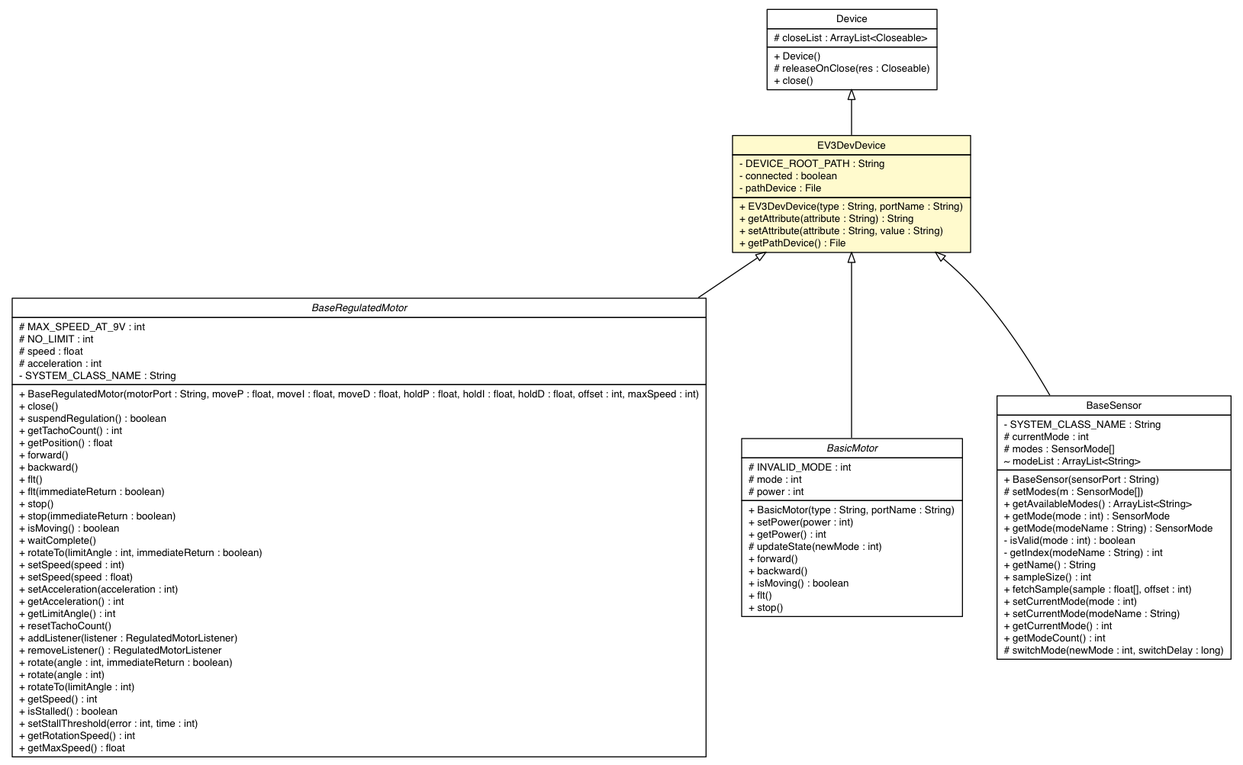
DMyTryC/ev3dev-lang-java keeps this Graphviz diagram as docs/api/ev3dev/hardware/EV3DevDevice.png. Above is the earlier version. Its source is kept beside it as docs/api/ev3dev/hardware/EV3DevDevice.dot.
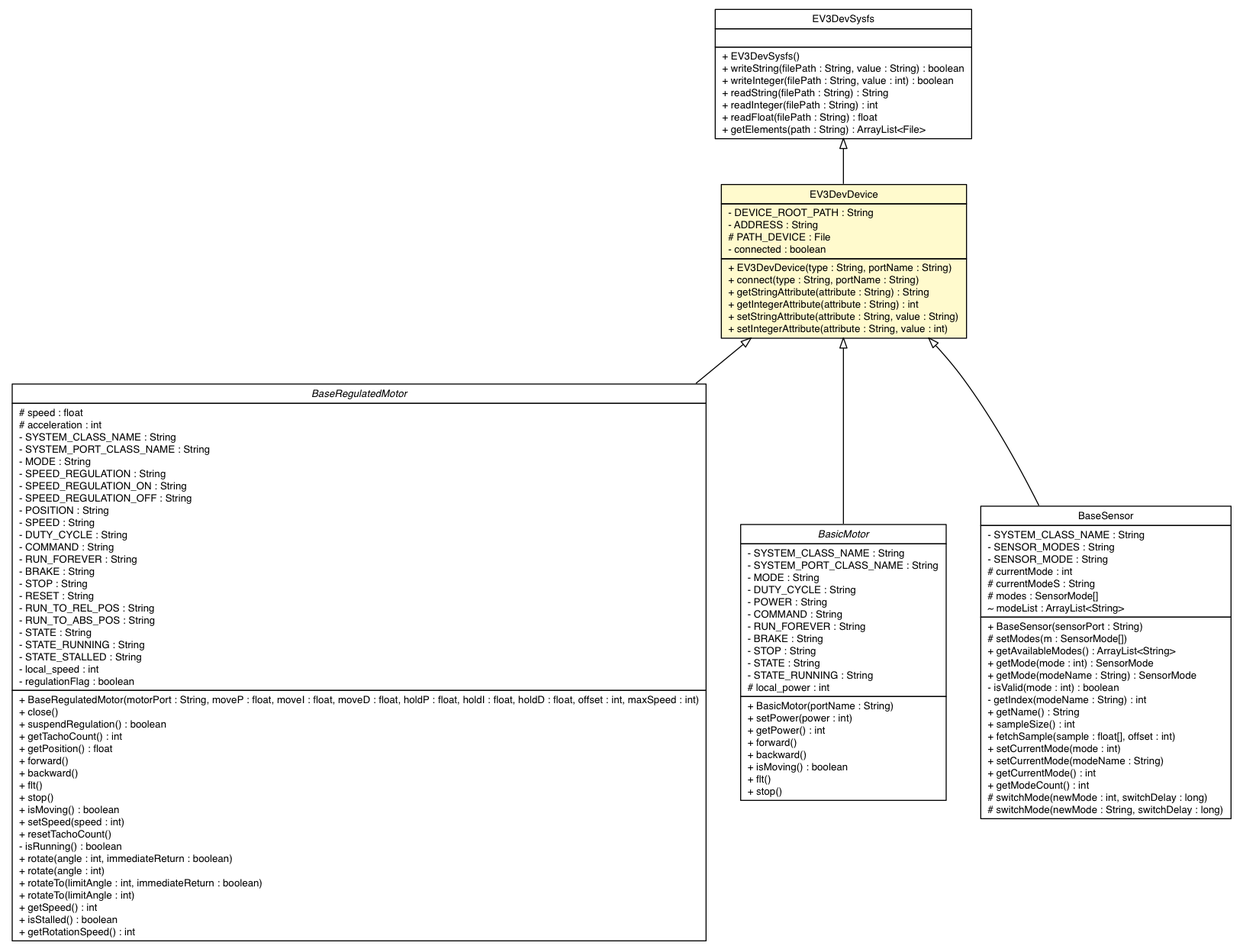
After the commit.

Diff of the diagram source:
```diff
@@ -4,45 +4,70 @@
 	node [fontname="Helvetica",fontsize=10,shape=plaintext];
 	nodesep=0.25;
 	ranksep=0.5;
-	c1401 [label=<<table title="ev3dev.hardware.Device" border="0" cellborder="1" cellspacing="0" cellpadding="2" port="p" href="./Device.html">
-		<tr><td><table border="0" cellspacing="0" cellpadding="1">
-<tr><td align="center" balign="center"> Device </td></tr>
-		</table></td></tr>
-		<tr><td><table border="0" cellspacing="0" cellpadding="1">
-<tr><td align="left" balign="left"> # closeList : ArrayList&lt;Closeable&gt; </td></tr>
-		</table></td></tr>
-		<tr><td><table border="0" cellspacing="0" cellpadding="1">
-<tr><td align="left" balign="left"> + Device() </td></tr>
-<tr><td align="left" balign="left"> # releaseOnClose(res : Closeable) </td></tr>
-<tr><td align="left" balign="left"> + close() </td></tr>
-		</table></td></tr>
-		</table>>, URL="./Device.html", fontname="Helvetica", fontcolor="black", fontsize=10.0];
-	c1403 [label=<<table title="ev3dev.hardware.EV3DevDevice" border="0" cellborder="1" cellspacing="0" cellpadding="2" port="p" bgcolor="lemonChiffon" href="./EV3DevDevice.html">
+	c2421 [label=<<table title="ev3dev.hardware.EV3DevDevice" border="0" cellborder="1" cellspacing="0" cellpadding="2" port="p" bgcolor="lemonChiffon" href="./EV3DevDevice.html">
 		<tr><td><table border="0" cellspacing="0" cellpadding="1">
 <tr><td align="center" balign="center"> EV3DevDevice </td></tr>
 		</table></td></tr>
 		<tr><td><table border="0" cellspacing="0" cellpadding="1">
 <tr><td align="left" balign="left"> - DEVICE_ROOT_PATH : String </td></tr>
+<tr><td align="left" balign="left"> - ADDRESS : String </td></tr>
+<tr><td align="left" balign="left"> # PATH_DEVICE : File </td></tr>
 <tr><td align="left" balign="left"> - connected : boolean </td></tr>
-<tr><td align="left" balign="left"> - pathDevice : File </td></tr>
 		</table></td></tr>
 		<tr><td><table border="0" cellspacing="0" cellpadding="1">
 <tr><td align="left" balign="left"> + EV3DevDevice(type : String, portName : String) </td></tr>
-<tr><td align="left" balign="left"> + getAttribute(attribute : String) : String </td></tr>
-<tr><td align="left" balign="left"> + setAttribute(attribute : String, value : String) </td></tr>
-<tr><td align="left" balign="left"> + getPathDevice() : File </td></tr>
+<tr><td align="left" balign="left"> + connect(type : String, portName : String) </td></tr>
+<tr><td align="left" balign="left"> + getStringAttribute(attribute : String) : String </td></tr>
+<tr><td align="left" balign="left"> + getIntegerAttribute(attribute : String) : int </td></tr>
+<tr><td align="left" balign="left"> + setStringAttribute(attribute : String, value : String) </td></tr>
+<tr><td align="left" balign="left"> + setIntegerAttribute(attribute : String, value : int) </td></tr>
 		</table></td></tr>
 		</table>>, URL="./EV3DevDevice.html", fontname="Helvetica", fontcolor="black", fontsize=10.0];
-	c1406 [label=<<table title="ev3dev.hardware.motor.BaseRegulatedMotor" border="0" cellborder="1" cellspacing="0" cellpadding="2" port="p" href="./motor/BaseRegulatedMotor.html">
+	c2422 [label=<<table title="ev3dev.hardware.EV3DevSysfs" border="0" cellborder="1" cellspacing="0" cellpadding="2" port="p" href="./EV3DevSysfs.html">
+		<tr><td><table border="0" cellspacing="0" cellpadding="1">
+<tr><td align="center" balign="center"> EV3DevSysfs </td></tr>
+		</table></td></tr>
+		<tr><td><table border="0" cellspacing="0" cellpadding="1">
+<tr><td align="left" balign="left">  </td></tr>
+		</table></td></tr>
+		<tr><td><table border="0" cellspacing="0" cellpadding="1">
+<tr><td align="left" balign="left"> + EV3DevSysfs() </td></tr>
+<tr><td align="left" balign="left"> + writeString(filePath : String, value : String) : boolean </td></tr>
+<tr><td align="left" balign="left"> + writeInteger(filePath : String, value : int) : boolean </td></tr>
+<tr><td align="left" balign="left"> + readString(filePath : String) : String </td></tr>
+<tr><td align="left" balign="left"> + readInteger(filePath : String) : int </td></tr>
+<tr><td align="left" balign="left"> + readFloat(filePath : String) : float </td></tr>
+<tr><td align="left" balign="left"> + getElements(path : String) : ArrayList&lt;File&gt; </td></tr>
+		</table></td></tr>
+		</table>>, URL="./EV3DevSysfs.html", fontname="Helvetica", fontcolor="black", fontsize=10.0];
+	c2425 [label=<<table title="ev3dev.hardware.motor.BaseRegulatedMotor" border="0" cellborder="1" cellspacing="0" cellpadding="2" port="p" href="./motor/BaseRegulatedMotor.html">
 		<tr><td><table border="0" cellspacing="0" cellpadding="1">
 <tr><td align="center" balign="center"><font face="Helvetica-Oblique"> BaseRegulatedMotor </font></td></tr>
 		</table></td></tr>
 		<tr><td><table border="0" cellspacing="0" cellpadding="1">
-<tr><td align="left" balign="left"> # MAX_SPEED_AT_9V : int </td></tr>
-<tr><td align="left" balign="left"> # NO_LIMIT : int </td></tr>
 <tr><td align="left" balign="left"> # speed : float </td></tr>
 <tr><td align="left" balign="left"> # acceleration : int </td></tr>
 <tr><td align="left" balign="left"> - SYSTEM_CLASS_NAME : String </td></tr>
+<tr><td align="left" balign="left"> - SYSTEM_PORT_CLASS_NAME : String </td></tr>
+<tr><td align="left" balign="left"> - MODE : String </td></tr>
+<tr><td align="left" balign="left"> - SPEED_REGULATION : String </td></tr>
+<tr><td align="left" balign="left"> - SPEED_REGULATION_ON : String </td></tr>
+<tr><td align="left" balign="left"> - SPEED_REGULATION_OFF : String </td></tr>
+<tr><td align="left" balign="left"> - POSITION : String </td></tr>
+<tr><td align="left" balign="left"> - SPEED : String </td></tr>
+<tr><td align="left" balign="left"> - DUTY_CYCLE : String </td></tr>
+<tr><td align="left" balign="left"> - COMMAND : String </td></tr>
+<tr><td align="left" balign="left"> - RUN_FOREVER : String </td></tr>
+<tr><td align="left" balign="left"> - BRAKE : String </td></tr>
+<tr><td align="left" balign="left"> - STOP : String </td></tr>
+<tr><td align="left" balign="left"> - RESET : String </td></tr>
+<tr><td align="left" balign="left"> - RUN_TO_REL_POS : String </td></tr>
+<tr><td align="left" balign="left"> - RUN_TO_ABS_POS : String </td></tr>
+<tr><td align="left" balign="left"> - STATE : String </td></tr>
+<tr><td align="left" balign="left"> - STATE_RUNNING : String </td></tr>
+<tr><td align="left" balign="left"> - STATE_STALLED : String </td></tr>
+<tr><td align="left" balign="left"> - local_speed : int </td></tr>
+<tr><td align="left" balign="left"> - regulationFlag : boolean </td></tr>
 		</table></td></tr>
 		<tr><td><table border="0" cellspacing="0" cellpadding="1">
 <tr><td align="left" balign="left"> + BaseRegulatedMotor(motorPort : String, moveP : float, moveI : float, moveD : float, holdP : float, holdI : float, holdD : float, offset : int, maxSpeed : int) </td></tr>
@@ -53,44 +78,42 @@
 <tr><td align="left" balign="left"> + forward() </td></tr>
 <tr><td align="left" balign="left"> + backward() </td></tr>
 <tr><td align="left" balign="left"> + flt() </td></tr>
-<tr><td align="left" balign="left"> + flt(immediateReturn : boolean) </td></tr>
 <tr><td align="left" balign="left"> + stop() </td></tr>
-<tr><td align="left" balign="left"> + stop(immediateReturn : boolean) </td></tr>
 <tr><td align="left" balign="left"> + isMoving() : boolean </td></tr>
-<tr><td align="left" balign="left"> + waitComplete() </td></tr>
-<tr><td align="left" balign="left"> + rotateTo(limitAngle : int, immediateReturn : boolean) </td></tr>
 <tr><td align="left" balign="left"> + setSpeed(speed : int) </td></tr>
-<tr><td align="left" balign="left"> + setSpeed(speed : float) </td></tr>
-<tr><td align="left" balign="left"> + setAcceleration(acceleration : int) </td></tr>
-<tr><td align="left" balign="left"> + getAcceleration() : int </td></tr>
-<tr><td align="left" balign="left"> + getLimitAngle() : int </td></tr>
 <tr><td align="left" balign="left"> + resetTachoCount() </td></tr>
-<tr><td align="left" balign="left"> + addListener(listener : RegulatedMotorListener) </td></tr>
-<tr><td align="left" balign="left"> + removeListener() : RegulatedMotorListener </td></tr>
+<tr><td align="left" balign="left"> - isRunning() : boolean </td></tr>
 <tr><td align="left" balign="left"> + rotate(angle : int, immediateReturn : boolean) </td></tr>
 <tr><td align="left" balign="left"> + rotate(angle : int) </td></tr>
+<tr><td align="left" balign="left"> + rotateTo(limitAngle : int, immediateReturn : boolean) </td></tr>
 <tr><td align="left" balign="left"> + rotateTo(limitAngle : int) </td></tr>
 <tr><td align="left" balign="left"> + getSpeed() : int </td></tr>
 <tr><td align="left" balign="left"> + isStalled() : boolean </td></tr>
-<tr><td align="left" balign="left"> + setStallThreshold(error : int, time : int) </td></tr>
 <tr><td align="left" balign="left"> + getRotationSpeed() : int </td></tr>
-<tr><td align="left" balign="left"> + getMaxSpeed() : float </td></tr>
 		</table></td></tr>
 		</table>>, URL="./motor/BaseRegulatedMotor.html", fontname="Helvetica", fontcolor="black", fontsize=10.0];
-	c1407 [label=<<table title="ev3dev.hardware.motor.BasicMotor" border="0" cellborder="1" cellspacing="0" cellpadding="2" port="p" href="./motor/BasicMotor.html">
+	c2426 [label=<<table title="ev3dev.hardware.motor.BasicMotor" border="0" cellborder="1" cellspacing="0" cellpadding="2" port="p" href="./motor/BasicMotor.html">
 		<tr><td><table border="0" cellspacing="0" cellpadding="1">
 <tr><td align="center" balign="center"><font face="Helvetica-Oblique"> BasicMotor </font></td></tr>
 		</table></td></tr>
 		<tr><td><table border="0" cellspacing="0" cellpadding="1">
-<tr><td align="left" balign="left"> # INVALID_MODE : int </td></tr>
-<tr><td align="left" balign="left"> # mode : int </td></tr>
-<tr><td align="left" balign="left"> # power : int </td></tr>
+<tr><td align="left" balign="left"> - SYSTEM_CLASS_NAME : String </td></tr>
+<tr><td align="left" balign="left"> - SYSTEM_PORT_CLASS_NAME : String </td></tr>
+<tr><td align="left" balign="left"> - MODE : String </td></tr>
+<tr><td align="left" balign="left"> - DUTY_CYCLE : String </td></tr>
+<tr><td align="left" balign="left"> - POWER : String </td></tr>
+<tr><td align="left" balign="left"> - COMMAND : String </td></tr>
+<tr><td align="left" balign="left"> - RUN_FOREVER : String </td></tr>
+<tr><td align="left" balign="left"> - BRAKE : String </td></tr>
+<tr><td align="left" balign="left"> - STOP : String </td></tr>
+<tr><td align="left" balign="left"> - STATE : String </td></tr>
+<tr><td align="left" balign="left"> - STATE_RUNNING : String </td></tr>
+<tr><td align="left" balign="left"> # local_power : int </td></tr>
 		</table></td></tr>
 		<tr><td><table border="0" cellspacing="0" cellpadding="1">
-<tr><td align="left" balign="left"> + BasicMotor(type : String, portName : String) </td></tr>
+<tr><td align="left" balign="left"> + BasicMotor(portName : String) </td></tr>
 <tr><td align="left" balign="left"> + setPower(power : int) </td></tr>
 <tr><td align="left" balign="left"> + getPower() : int </td></tr>
-<tr><td align="left" balign="left"> # updateState(newMode : int) </td></tr>
 <tr><td align="left" balign="left"> + forward() </td></tr>
 <tr><td align="left" balign="left"> + backward() </td></tr>
 <tr><td align="left" balign="left"> + isMoving() : boolean </td></tr>
@@ -98,13 +121,16 @@
 <tr><td align="left" balign="left"> + stop() </td></tr>
 		</table></td></tr>
 		</table>>, URL="./motor/BasicMotor.html", fontname="Helvetica", fontcolor="black", fontsize=10.0];
-	c1414 [label=<<table title="ev3dev.hardware.sensor.BaseSensor" border="0" cellborder="1" cellspacing="0" cellpadding="2" port="p" href="./sensor/BaseSensor.html">
+	c2433 [label=<<table title="ev3dev.hardware.sensor.BaseSensor" border="0" cellborder="1" cellspacing="0" cellpadding="2" port="p" href="./sensor/BaseSensor.html">
 		<tr><td><table border="0" cellspacing="0" cellpadding="1">
 <tr><td align="center" balign="center"> BaseSensor </td></tr>
 		</table></td></tr>
 		<tr><td><table border="0" cellspacing="0" cellpadding="1">
 <tr><td align="left" balign="left"> - SYSTEM_CLASS_NAME : String </td></tr>
+<tr><td align="left" balign="left"> - SENSOR_MODES : String </td></tr>
+<tr><td align="left" balign="left"> - SENSOR_MODE : String </td></tr>
 <tr><td align="left" balign="left"> # currentMode : int </td></tr>
+<tr><td align="left" balign="left"> # currentModeS : String </td></tr>
 <tr><td align="left" balign="left"> # modes : SensorMode[] </td></tr>
 <tr><td align="left" balign="left"> ~ modeList : ArrayList&lt;String&gt; </td></tr>
 		</table></td></tr>
@@ -124,10 +150,11 @@
 <tr><td align="left" balign="left"> + getCurrentMode() : int </td></tr>
 <tr><td align="left" balign="left"> + getModeCount() : int </td></tr>
 <tr><td align="left" balign="left"> # switchMode(newMode : int, switchDelay : long) </td></tr>
+<tr><td align="left" balign="left"> # switchMode(newMode : String, switchDelay : long) </td></tr>
 		</table></td></tr>
 		</table>>, URL="./sensor/BaseSensor.html", fontname="Helvetica", fontcolor="black", fontsize=10.0];
-	c1401:p -> c1403:p [dir=back,arrowtail=empty];
-	c1403:p -> c1406:p [dir=back,arrowtail=empty];
-	c1403:p -> c1407:p [dir=back,arrowtail=empty];
-	c1403:p -> c1414:p [dir=back,arrowtail=empty];
+	c2422:p -> c2421:p [dir=back,arrowtail=empty];
+	c2421:p -> c2425:p [dir=back,arrowtail=empty];
+	c2421:p -> c2426:p [dir=back,arrowtail=empty];
+	c2421:p -> c2433:p [dir=back,arrowtail=empty];
 }
```
